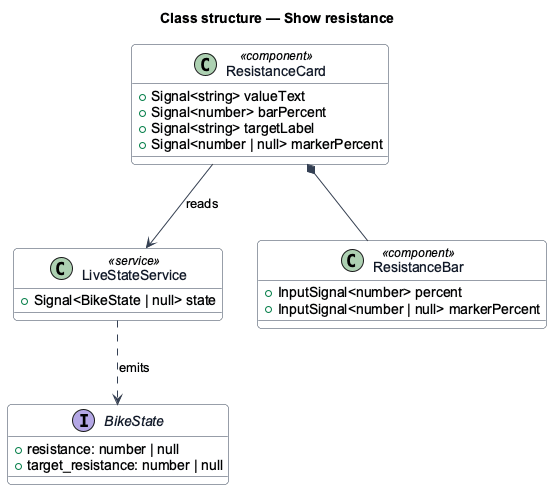
Before: docs/detailed-designs/resistance-control/show-resistance/diagrams/class-structure.png, a diagram exported from PlantUML (QuinntyneBrown/ride-one). The source it was exported from:
```plantuml
@startuml
skinparam backgroundColor #FFFFFF
skinparam shadowing false
skinparam roundcorner 8
skinparam defaultFontName Arial
skinparam ArrowColor #344054
skinparam class {
  BorderColor #344054
  FontColor #101828
  BackgroundColor #F9FAFB
}
title Class structure — Show resistance

class LiveStateService <<service>> {
  +Signal<BikeState | null> state
}
class ResistanceCard <<component>> {
  +Signal<string> valueText
  +Signal<number> barPercent
  +Signal<string> targetLabel
  +Signal<number | null> markerPercent
}
class ResistanceBar <<component>> {
  +InputSignal<number> percent
  +InputSignal<number | null> markerPercent
}
interface BikeState {
  +resistance: number | null
  +target_resistance: number | null
}

ResistanceCard --> LiveStateService : reads
ResistanceCard *-- ResistanceBar
LiveStateService ..> BikeState : emits
@enduml
```
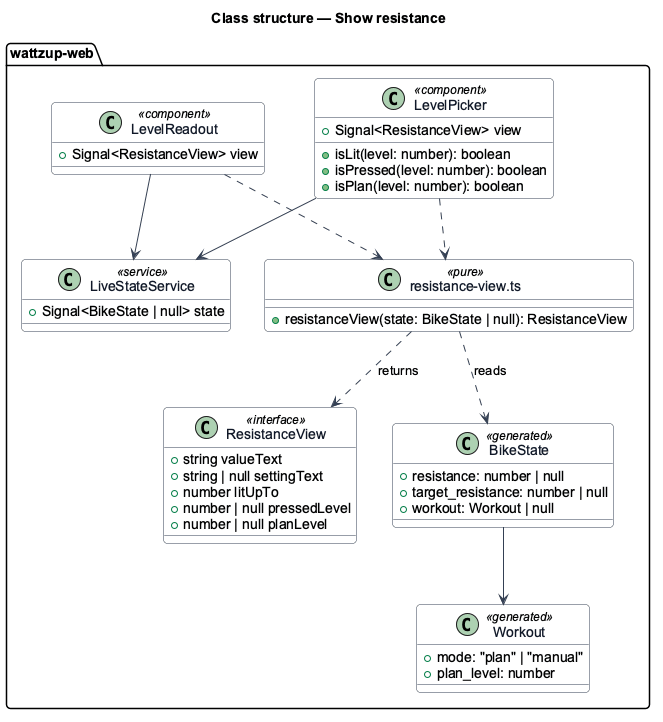
Later version of the same file.

The edit, as a diff of the source:
```diff
@@ -11,25 +11,45 @@
 }
 title Class structure — Show resistance
 
-class LiveStateService <<service>> {
-  +Signal<BikeState | null> state
-}
-class ResistanceCard <<component>> {
-  +Signal<string> valueText
-  +Signal<number> barPercent
-  +Signal<string> targetLabel
-  +Signal<number | null> markerPercent
-}
-class ResistanceBar <<component>> {
-  +InputSignal<number> percent
-  +InputSignal<number | null> markerPercent
-}
-interface BikeState {
-  +resistance: number | null
-  +target_resistance: number | null
+package "wattzup-web" {
+  class LiveStateService <<service>> {
+    +Signal<BikeState | null> state
+  }
+  class "resistance-view.ts" as view <<pure>> {
+    +resistanceView(state: BikeState | null): ResistanceView
+  }
+  class ResistanceView <<interface>> {
+    +string valueText
+    +string | null settingText
+    +number litUpTo
+    +number | null pressedLevel
+    +number | null planLevel
+  }
+  class LevelReadout <<component>> {
+    +Signal<ResistanceView> view
+  }
+  class LevelPicker <<component>> {
+    +Signal<ResistanceView> view
+    +isLit(level: number): boolean
+    +isPressed(level: number): boolean
+    +isPlan(level: number): boolean
+  }
+  class BikeState <<generated>> {
+    +resistance: number | null
+    +target_resistance: number | null
+    +workout: Workout | null
+  }
+  class Workout <<generated>> {
+    +mode: "plan" | "manual"
+    +plan_level: number
+  }
 }
 
-ResistanceCard --> LiveStateService : reads
-ResistanceCard *-- ResistanceBar
-LiveStateService ..> BikeState : emits
+view ..> ResistanceView : returns
+view ..> BikeState : reads
+BikeState --> Workout
+LevelReadout --> LiveStateService
+LevelPicker --> LiveStateService
+LevelReadout ..> view
+LevelPicker ..> view
 @enduml
```
